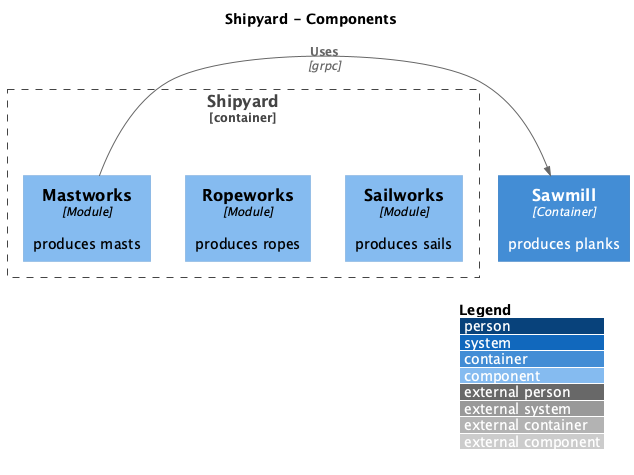
This is modular-monolith/docs/C4_Component.png from mateuszmidor/GoStudy, a PlantUML export, as it was before one commit.
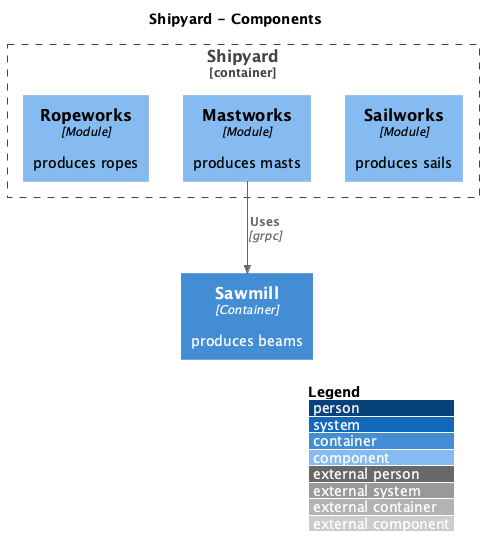
After the change.

Commit message:
sawmill now produces beams, required for masts

The edit, as a diff of the source:
```diff
@@ -10,6 +10,6 @@
     Component(mastworks, "Mastworks", "Module", "produces masts")
     Component(sailworks, "Sailworks", "Module", "produces sails")
 }
-Container(sawmill, "Sawmill", "Container", "produces planks")
-Rel_Neighbor(mastworks, sawmill, "Uses", "grpc")
+Container(sawmill, "Sawmill", "Container", "produces beams")
+Rel(mastworks, sawmill, "Uses", "grpc")
 @enduml
```
